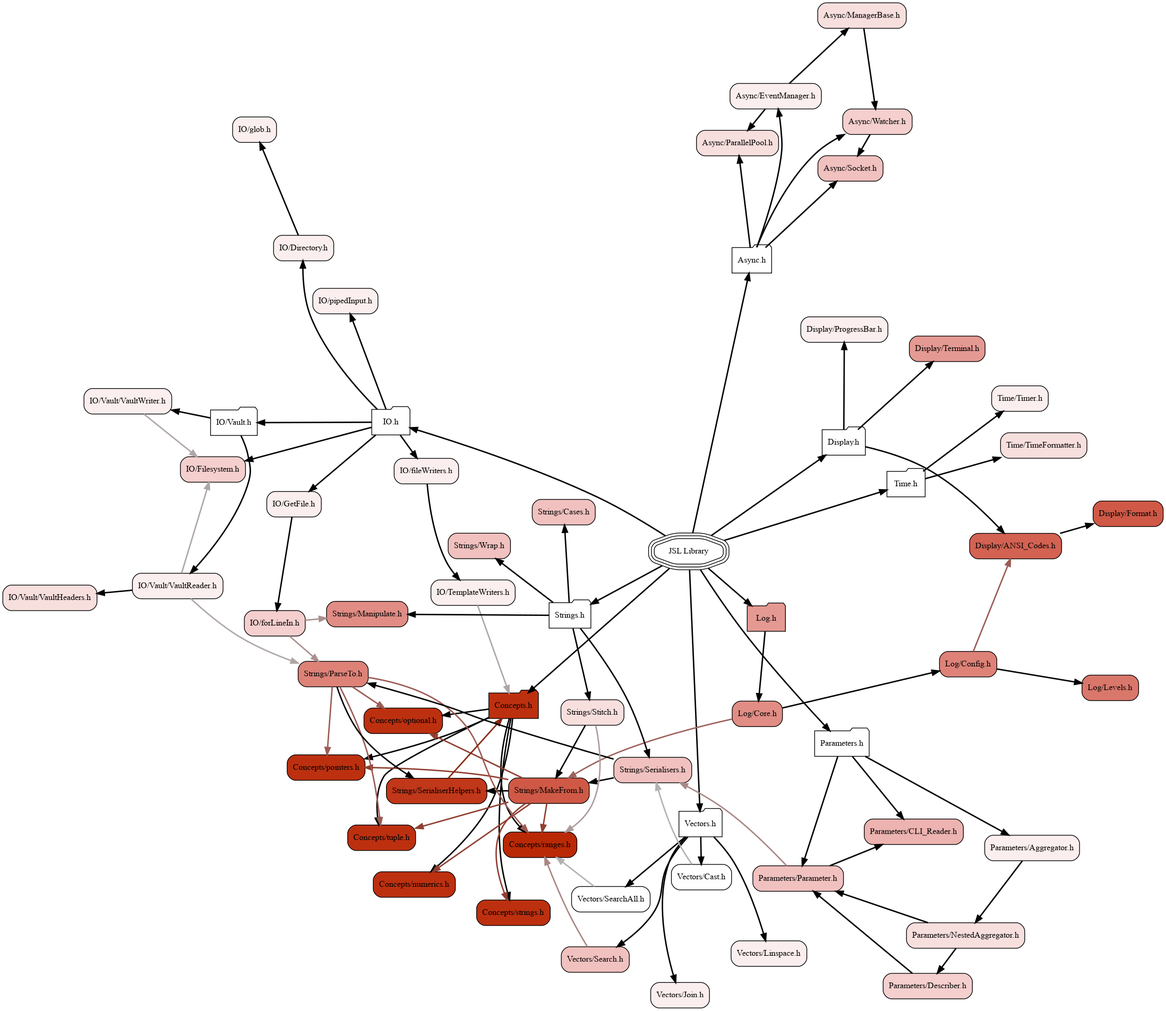
The Graphviz diagram docs/visualiser/heatmap.png in DrFraserGovil/JSL, before a commit. Its source is kept beside it as docs/visualiser/heatmap.dot.
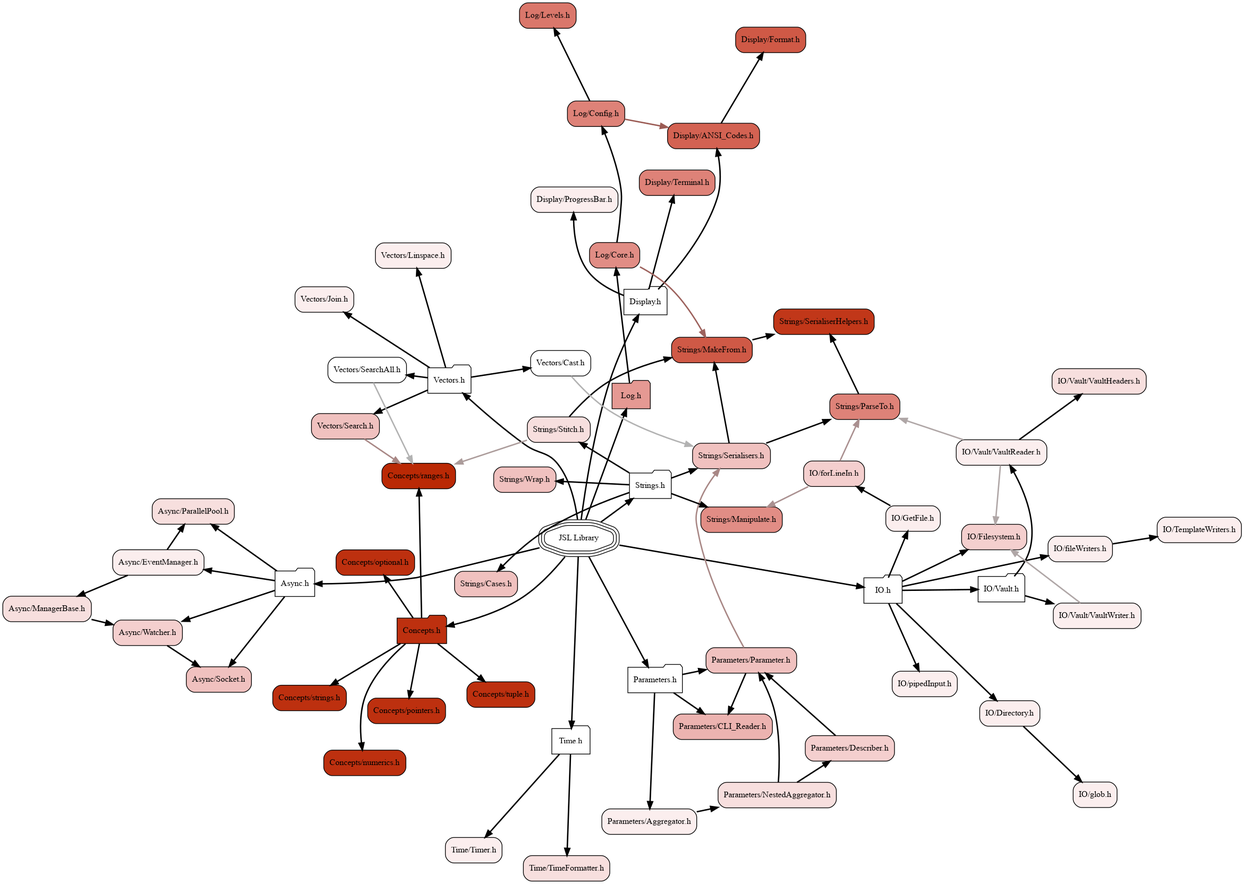
Later version of the same file.

The edit, as a diff of the source:
```diff
@@ -26,7 +26,7 @@
 	node[fillcolor="#d36252", style="rounded,filled", shape=box, color="black"] "Display/ANSI_Codes.h"            [label="Display/ANSI_Codes.h"]
 	node[fillcolor="#cf5946", style="rounded,filled", shape=box, color="black"] "Display/Format.h"                [label="Display/Format.h"]
 	node[fillcolor="#fbeeee", style="rounded,filled", shape=box, color="black"] "Display/ProgressBar.h"           [label="Display/ProgressBar.h"]
-	node[fillcolor="#e59993", style="rounded,filled", shape=box, color="black"] "Display/Terminal.h"              [label="Display/Terminal.h"]
+	node[fillcolor="#de8278", style="rounded,filled", shape=box, color="black"] "Display/Terminal.h"              [label="Display/Terminal.h"]
 	node[fillcolor="#ffffff", style="rounded,filled", shape=folder, color="black"] "IO.h"                            [label="IO.h"]
 	node[fillcolor="#fbeeee", style="rounded,filled", shape=box, color="black"] "IO/Directory.h"                  [label="IO/Directory.h"]
 	node[fillcolor="#f4cfce", style="rounded,filled", shape=box, color="black"] "IO/Filesystem.h"                 [label="IO/Filesystem.h"]
@@ -68,95 +68,83 @@
 	node[fillcolor="#fbeeee", style="rounded,filled", shape=box, color="black"] "Vectors/Linspace.h"              [label="Vectors/Linspace.h"]
 	node[fillcolor="#f0c1bf", style="rounded,filled", shape=box, color="black"] "Vectors/Search.h"                [label="Vectors/Search.h"]
 	node[fillcolor="#ffffff", style="rounded,filled", shape=box, color="black"] "Vectors/SearchAll.h"             [label="Vectors/SearchAll.h"]
-	"JSL.h"                           -> "Display.h"[weight=10,penwidth=2]
-	"JSL.h"                           -> "Strings.h"[weight=10,penwidth=2]
-	"JSL.h"                           -> "IO.h"[weight=10,penwidth=2]
-	"JSL.h"                           -> "Time.h"[weight=10,penwidth=2]
-	"JSL.h"                           -> "Vectors.h"[weight=10,penwidth=2]
-	"JSL.h"                           -> "Log.h"[weight=10,penwidth=2]
-	"JSL.h"                           -> "Async.h"[weight=10,penwidth=2]
-	"JSL.h"                           -> "Parameters.h"[weight=10,penwidth=2]
-	"JSL.h"                           -> "Concepts.h"[weight=10,penwidth=2]
-	"Async.h"                         -> "Async/Socket.h"[weight=10,penwidth=2]
-	"Async.h"                         -> "Async/Watcher.h"[weight=10,penwidth=2]
-	"Async.h"                         -> "Async/EventManager.h"[weight=10,penwidth=2]
-	"Async.h"                         -> "Async/ParallelPool.h"[weight=10,penwidth=2]
-	"Async/EventManager.h"            -> "Async/ManagerBase.h"[weight=10,penwidth=2]
-	"Async/EventManager.h"            -> "Async/ParallelPool.h"[weight=10,penwidth=2]
-	"Async/ManagerBase.h"             -> "Async/Watcher.h"[weight=10,penwidth=2]
-	"Async/Watcher.h"                 -> "Async/Socket.h"[weight=10,penwidth=2]
-	"Concepts.h"                      -> "Concepts/strings.h"[weight=10,penwidth=2]
-	"Concepts.h"                      -> "Concepts/optional.h"[weight=10,penwidth=2]
-	"Concepts.h"                      -> "Concepts/tuple.h"[weight=10,penwidth=2]
-	"Concepts.h"                      -> "Concepts/pointers.h"[weight=10,penwidth=2]
-	"Concepts.h"                      -> "Concepts/numerics.h"[weight=10,penwidth=2]
-	"Concepts.h"                      -> "Concepts/ranges.h"[weight=10,penwidth=2]
-	"Display.h"                       -> "Display/ProgressBar.h"[weight=10,penwidth=2]
-	"Display.h"                       -> "Display/Terminal.h"[weight=10,penwidth=2]
-	"Display.h"                       -> "Display/ANSI_Codes.h"[weight=10,penwidth=2]
-	"Display/ANSI_Codes.h"            -> "Display/Format.h"[weight=10,penwidth=2]
-	"IO.h"                            -> "IO/fileWriters.h"[weight=10,penwidth=2]
-	"IO.h"                            -> "IO/GetFile.h"[weight=10,penwidth=2]
-	"IO.h"                            -> "IO/Vault.h"[weight=10,penwidth=2]
-	"IO.h"                            -> "IO/pipedInput.h"[weight=10,penwidth=2]
-	"IO.h"                            -> "IO/Directory.h"[weight=10,penwidth=2]
-	"IO.h"                            -> "IO/Filesystem.h"[weight=10,penwidth=2]
-	"IO/Directory.h"                  -> "IO/glob.h"[weight=10,penwidth=2]
-	"IO/GetFile.h"                    -> "IO/forLineIn.h"[weight=10,penwidth=2]
-	"IO/TemplateWriters.h"            -> "Concepts.h"[weight=0,penwidth=2,color="#afa6a6"]
-	"IO/Vault.h"                      -> "IO/Vault/VaultWriter.h"[weight=10,penwidth=2]
-	"IO/Vault.h"                      -> "IO/Vault/VaultReader.h"[weight=10,penwidth=2]
-	"IO/Vault/VaultReader.h"          -> "IO/Vault/VaultHeaders.h"[weight=10,penwidth=2]
-	"IO/Vault/VaultReader.h"          -> "IO/Filesystem.h"[weight=0,penwidth=2,color="#afa6a6"]
-	"IO/Vault/VaultReader.h"          -> "Strings/ParseTo.h"[weight=0,penwidth=2,color="#afa6a6"]
-	"IO/Vault/VaultWriter.h"          -> "IO/Filesystem.h"[weight=0,penwidth=2,color="#afa6a6"]
-	"IO/fileWriters.h"                -> "IO/TemplateWriters.h"[weight=10,penwidth=2]
-	"IO/forLineIn.h"                  -> "Strings/Manipulate.h"[weight=0,penwidth=2,color="#aa9090"]
-	"IO/forLineIn.h"                  -> "Strings/ParseTo.h"[weight=0,penwidth=2,color="#aa9090"]
-	"Log.h"                           -> "Log/Core.h"[weight=10,penwidth=2]
-	"Log/Config.h"                    -> "Log/Levels.h"[weight=10,penwidth=2]
-	"Log/Config.h"                    -> "Display/ANSI_Codes.h"[weight=0,penwidth=2,color="#9b5b54"]
-	"Log/Core.h"                      -> "Log/Config.h"[weight=10,penwidth=2]
-	"Log/Core.h"                      -> "Strings/MakeFrom.h"[weight=0,penwidth=2,color="#9d625d"]
-	"Parameters.h"                    -> "Parameters/Parameter.h"[weight=10,penwidth=2]
-	"Parameters.h"                    -> "Parameters/Aggregator.h"[weight=10,penwidth=2]
-	"Parameters.h"                    -> "Parameters/CLI_Reader.h"[weight=10,penwidth=2]
-	"Parameters/Aggregator.h"         -> "Parameters/NestedAggregator.h"[weight=10,penwidth=2]
-	"Parameters/Describer.h"          -> "Parameters/Parameter.h"[weight=10,penwidth=2]
-	"Parameters/NestedAggregator.h"   -> "Parameters/Parameter.h"[weight=10,penwidth=2]
-	"Parameters/NestedAggregator.h"   -> "Parameters/Describer.h"[weight=10,penwidth=2]
-	"Parameters/Parameter.h"          -> "Parameters/CLI_Reader.h"[weight=10,penwidth=2]
-	"Parameters/Parameter.h"          -> "Strings/Serialisers.h"[weight=0,penwidth=2,color="#a88785"]
-	"Strings.h"                       -> "Strings/Serialisers.h"[weight=10,penwidth=2]
-	"Strings.h"                       -> "Strings/Cases.h"[weight=10,penwidth=2]
-	"Strings.h"                       -> "Strings/Manipulate.h"[weight=10,penwidth=2]
-	"Strings.h"                       -> "Strings/Stitch.h"[weight=10,penwidth=2]
-	"Strings.h"                       -> "Strings/Wrap.h"[weight=10,penwidth=2]
-	"Strings/MakeFrom.h"              -> "Strings/SerialiserHelpers.h"[weight=10,penwidth=2]
-	"Strings/MakeFrom.h"              -> "Concepts/strings.h"[weight=0,penwidth=2,color="#903e31"]
-	"Strings/MakeFrom.h"              -> "Concepts/optional.h"[weight=0,penwidth=2,color="#903e31"]
-	"Strings/MakeFrom.h"              -> "Concepts/tuple.h"[weight=0,penwidth=2,color="#903e31"]
-	"Strings/MakeFrom.h"              -> "Concepts/pointers.h"[weight=0,penwidth=2,color="#903e31"]
-	"Strings/MakeFrom.h"              -> "Concepts/numerics.h"[weight=0,penwidth=2,color="#903e31"]
-	"Strings/MakeFrom.h"              -> "Concepts/ranges.h"[weight=0,penwidth=2,color="#903e31"]
-	"Strings/ParseTo.h"               -> "Strings/SerialiserHelpers.h"[weight=10,penwidth=2]
-	"Strings/ParseTo.h"               -> "Concepts/optional.h"[weight=0,penwidth=2,color="#9b5b54"]
-	"Strings/ParseTo.h"               -> "Concepts/tuple.h"[weight=0,penwidth=2,color="#9b5b54"]
-	"Strings/ParseTo.h"               -> "Concepts/pointers.h"[weight=0,penwidth=2,color="#9b5b54"]
-	"Strings/ParseTo.h"               -> "Concepts/ranges.h"[weight=0,penwidth=2,color="#9b5b54"]
-	"Strings/SerialiserHelpers.h"     -> "Concepts.h"[weight=0,penwidth=2,color="#872611"]
-	"Strings/Serialisers.h"           -> "Strings/MakeFrom.h"[weight=10,penwidth=2]
-	"Strings/Serialisers.h"           -> "Strings/ParseTo.h"[weight=10,penwidth=2]
-	"Strings/Stitch.h"                -> "Strings/MakeFrom.h"[weight=10,penwidth=2]
-	"Strings/Stitch.h"                -> "Concepts/ranges.h"[weight=0,penwidth=2,color="#ac9c9b"]
-	"Time.h"                          -> "Time/Timer.h"[weight=10,penwidth=2]
-	"Time.h"                          -> "Time/TimeFormatter.h"[weight=10,penwidth=2]
-	"Vectors.h"                       -> "Vectors/Cast.h"[weight=10,penwidth=2]
-	"Vectors.h"                       -> "Vectors/Search.h"[weight=10,penwidth=2]
-	"Vectors.h"                       -> "Vectors/SearchAll.h"[weight=10,penwidth=2]
-	"Vectors.h"                       -> "Vectors/Join.h"[weight=10,penwidth=2]
-	"Vectors.h"                       -> "Vectors/Linspace.h"[weight=10,penwidth=2]
-	"Vectors/Cast.h"                  -> "Strings/Serialisers.h"[weight=0,penwidth=2,color="#b2b2b2"]
-	"Vectors/Search.h"                -> "Concepts/ranges.h"[weight=0,penwidth=2,color="#a88785"]
-	"Vectors/SearchAll.h"             -> "Concepts/ranges.h"[weight=0,penwidth=2,color="#b2b2b2"]
+	"JSL.h"                           -> "Async.h"[weight=10000,penwidth=2]
+	"JSL.h"                           -> "Time.h"[weight=10000,penwidth=2]
+	"JSL.h"                           -> "Vectors.h"[weight=10000,penwidth=2]
+	"JSL.h"                           -> "Strings.h"[weight=10000,penwidth=2]
+	"JSL.h"                           -> "Concepts.h"[weight=10000,penwidth=2]
+	"JSL.h"                           -> "IO.h"[weight=10000,penwidth=2]
+	"JSL.h"                           -> "Log.h"[weight=10000,penwidth=2]
+	"JSL.h"                           -> "Display.h"[weight=10000,penwidth=2]
+	"JSL.h"                           -> "Parameters.h"[weight=10000,penwidth=2]
+	"Async.h"                         -> "Async/Socket.h"[weight=10000,penwidth=2]
+	"Async.h"                         -> "Async/Watcher.h"[weight=10000,penwidth=2]
+	"Async.h"                         -> "Async/EventManager.h"[weight=10000,penwidth=2]
+	"Async.h"                         -> "Async/ParallelPool.h"[weight=10000,penwidth=2]
+	"Async/EventManager.h"            -> "Async/ManagerBase.h"[weight=10000,penwidth=2]
+	"Async/EventManager.h"            -> "Async/ParallelPool.h"[weight=10000,penwidth=2]
+	"Async/ManagerBase.h"             -> "Async/Watcher.h"[weight=10000,penwidth=2]
+	"Async/Watcher.h"                 -> "Async/Socket.h"[weight=10000,penwidth=2]
+	"Concepts.h"                      -> "Concepts/optional.h"[weight=10000,penwidth=2]
+	"Concepts.h"                      -> "Concepts/numerics.h"[weight=10000,penwidth=2]
+	"Concepts.h"                      -> "Concepts/pointers.h"[weight=10000,penwidth=2]
+	"Concepts.h"                      -> "Concepts/strings.h"[weight=10000,penwidth=2]
+	"Concepts.h"                      -> "Concepts/ranges.h"[weight=10000,penwidth=2]
+	"Concepts.h"                      -> "Concepts/tuple.h"[weight=10000,penwidth=2]
+	"Display.h"                       -> "Display/ProgressBar.h"[weight=10000,penwidth=2]
+	"Display.h"                       -> "Display/Terminal.h"[weight=10000,penwidth=2]
+	"Display.h"                       -> "Display/ANSI_Codes.h"[weight=10000,penwidth=2]
+	"Display/ANSI_Codes.h"            -> "Display/Format.h"[weight=10000,penwidth=2]
+	"IO.h"                            -> "IO/Vault.h"[weight=10000,penwidth=2]
+	"IO.h"                            -> "IO/Filesystem.h"[weight=10000,penwidth=2]
+	"IO.h"                            -> "IO/fileWriters.h"[weight=10000,penwidth=2]
+	"IO.h"                            -> "IO/GetFile.h"[weight=10000,penwidth=2]
+	"IO.h"                            -> "IO/Directory.h"[weight=10000,penwidth=2]
+	"IO.h"                            -> "IO/pipedInput.h"[weight=10000,penwidth=2]
+	"IO/Directory.h"                  -> "IO/glob.h"[weight=10000,penwidth=2]
+	"IO/GetFile.h"                    -> "IO/forLineIn.h"[weight=10000,penwidth=2]
+	"IO/Vault.h"                      -> "IO/Vault/VaultWriter.h"[weight=10000,penwidth=2]
+	"IO/Vault.h"                      -> "IO/Vault/VaultReader.h"[weight=10000,penwidth=2]
+	"IO/Vault/VaultReader.h"          -> "IO/Filesystem.h"[constraint=true,weight=0,penwidth=2,color="#afa6a6"]
+	"IO/Vault/VaultReader.h"          -> "IO/Vault/VaultHeaders.h"[weight=10000,penwidth=2]
+	"IO/Vault/VaultReader.h"          -> "Strings/ParseTo.h"[constraint=false,weight=0,penwidth=2,color="#afa6a6"]
+	"IO/Vault/VaultWriter.h"          -> "IO/Filesystem.h"[constraint=true,weight=0,penwidth=2,color="#afa6a6"]
+	"IO/fileWriters.h"                -> "IO/TemplateWriters.h"[weight=10000,penwidth=2]
+	"IO/forLineIn.h"                  -> "Strings/Manipulate.h"[constraint=true,weight=0,penwidth=2,color="#aa9090"]
+	"IO/forLineIn.h"                  -> "Strings/ParseTo.h"[constraint=false,weight=0,penwidth=2,color="#aa9090"]
+	"Log.h"                           -> "Log/Core.h"[weight=10000,penwidth=2]
+	"Log/Config.h"                    -> "Display/ANSI_Codes.h"[constraint=false,weight=0,penwidth=2,color="#9b5b54"]
+	"Log/Config.h"                    -> "Log/Levels.h"[weight=10000,penwidth=2]
+	"Log/Core.h"                      -> "Log/Config.h"[weight=10000,penwidth=2]
+	"Log/Core.h"                      -> "Strings/MakeFrom.h"[constraint=true,weight=0,penwidth=2,color="#9d625d"]
+	"Parameters.h"                    -> "Parameters/Parameter.h"[weight=10000,penwidth=2]
+	"Parameters.h"                    -> "Parameters/Aggregator.h"[weight=10000,penwidth=2]
+	"Parameters.h"                    -> "Parameters/CLI_Reader.h"[weight=10000,penwidth=2]
+	"Parameters/Aggregator.h"         -> "Parameters/NestedAggregator.h"[weight=10000,penwidth=2]
+	"Parameters/Describer.h"          -> "Parameters/Parameter.h"[weight=10000,penwidth=2]
+	"Parameters/NestedAggregator.h"   -> "Parameters/Describer.h"[weight=10000,penwidth=2]
+	"Parameters/NestedAggregator.h"   -> "Parameters/Parameter.h"[weight=10000,penwidth=2]
+	"Parameters/Parameter.h"          -> "Parameters/CLI_Reader.h"[weight=10000,penwidth=2]
+	"Parameters/Parameter.h"          -> "Strings/Serialisers.h"[constraint=false,weight=0,penwidth=2,color="#a88785"]
+	"Strings.h"                       -> "Strings/Serialisers.h"[weight=10000,penwidth=2]
+	"Strings.h"                       -> "Strings/Cases.h"[weight=10000,penwidth=2]
+	"Strings.h"                       -> "Strings/Manipulate.h"[weight=10000,penwidth=2]
+	"Strings.h"                       -> "Strings/Stitch.h"[weight=10000,penwidth=2]
+	"Strings.h"                       -> "Strings/Wrap.h"[weight=10000,penwidth=2]
+	"Strings/MakeFrom.h"              -> "Strings/SerialiserHelpers.h"[weight=10000,penwidth=2]
+	"Strings/ParseTo.h"               -> "Strings/SerialiserHelpers.h"[weight=10000,penwidth=2]
+	"Strings/Serialisers.h"           -> "Strings/ParseTo.h"[weight=10000,penwidth=2]
+	"Strings/Serialisers.h"           -> "Strings/MakeFrom.h"[weight=10000,penwidth=2]
+	"Strings/Stitch.h"                -> "Strings/MakeFrom.h"[weight=10000,penwidth=2]
+	"Strings/Stitch.h"                -> "Concepts/ranges.h"[constraint=false,weight=0,penwidth=2,color="#ac9c9b"]
+	"Time.h"                          -> "Time/Timer.h"[weight=10000,penwidth=2]
+	"Time.h"                          -> "Time/TimeFormatter.h"[weight=10000,penwidth=2]
+	"Vectors.h"                       -> "Vectors/Cast.h"[weight=10000,penwidth=2]
+	"Vectors.h"                       -> "Vectors/Search.h"[weight=10000,penwidth=2]
+	"Vectors.h"                       -> "Vectors/SearchAll.h"[weight=10000,penwidth=2]
+	"Vectors.h"                       -> "Vectors/Join.h"[weight=10000,penwidth=2]
+	"Vectors.h"                       -> "Vectors/Linspace.h"[weight=10000,penwidth=2]
+	"Vectors/Cast.h"                  -> "Strings/Serialisers.h"[constraint=true,weight=0,penwidth=2,color="#b2b2b2"]
+	"Vectors/Search.h"                -> "Concepts/ranges.h"[constraint=true,weight=0,penwidth=2,color="#a88785"]
+	"Vectors/SearchAll.h"             -> "Concepts/ranges.h"[constraint=false,weight=0,penwidth=2,color="#b2b2b2"]
 }
```
